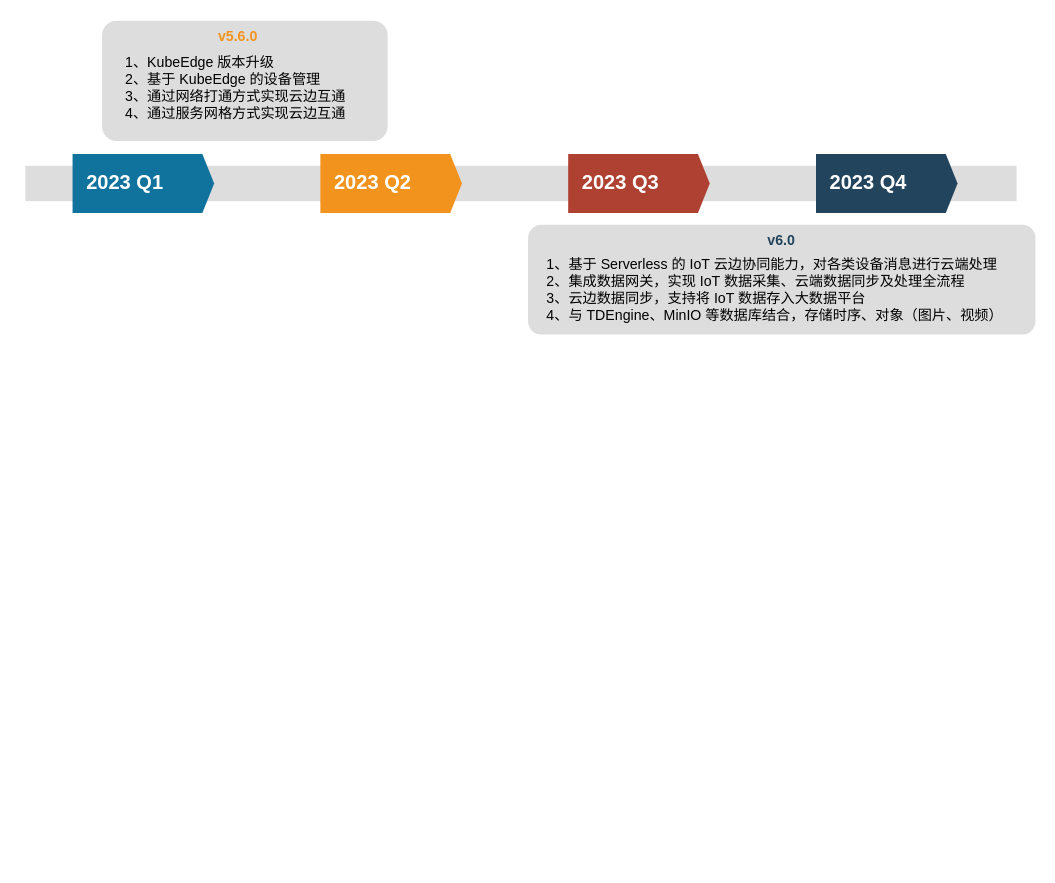
Above: page "Page-1" (1 of 2) of TEDGE-roadmap.drawio in wangjinxiu/draw.io (draw.io), before the change. Source tidied: cells renumbered, new cells numbered last; positions are measured from the earlier drawing's top-left corner, leaving out a move shared by most shapes. Both pictures are drawn from the tidied source at 118%, with x=0, y=0 at pixel (25, 20).
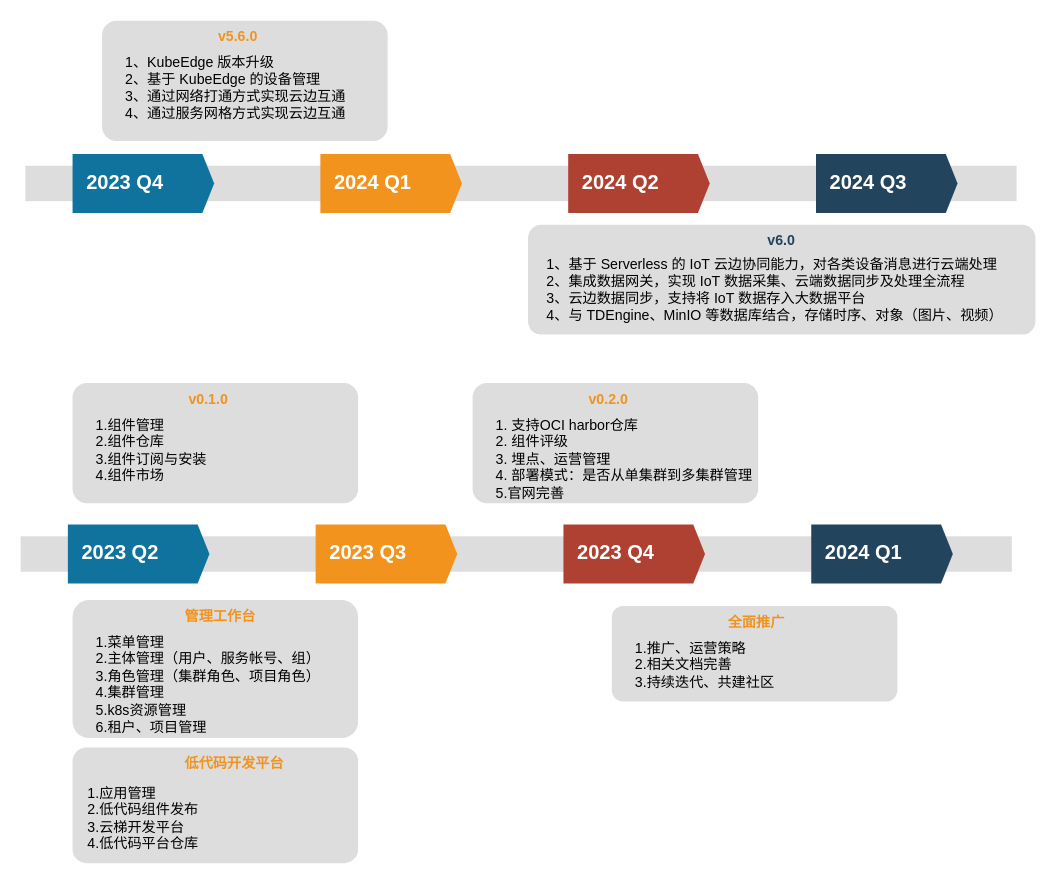
After the change.

The edit, as a diff of the source:
```diff
@@
-    <mxCell id="3" value="2023 Q1" style="shape=mxgraph.infographic.ribbonSimple;notch1=0;notch2=10;notch=0;html=1;fillColor=#10739E;strokeColor=none;shadow=0;fontSize=17;fontColor=#FFFFFF;align=left;spacingLeft=10;fontStyle=1;" parent="1" vertex="1">
+    <mxCell id="3" value="2023 Q4" style="shape=mxgraph.infographic.ribbonSimple;notch1=0;notch2=10;notch=0;html=1;fillColor=#10739E;strokeColor=none;shadow=0;fontSize=17;fontColor=#FFFFFF;align=left;spacingLeft=10;fontStyle=1;" parent="1" vertex="1">
       <mxGeometry x="40" y="113" width="120" height="50" as="geometry" />
     </mxCell>
-    <mxCell id="4" value="2023 Q2" style="shape=mxgraph.infographic.ribbonSimple;notch1=0;notch2=10;notch=0;html=1;fillColor=#F2931E;strokeColor=none;shadow=0;fontSize=17;fontColor=#FFFFFF;align=left;spacingLeft=10;fontStyle=1;" parent="1" vertex="1">
+    <mxCell id="4" value="2024 Q1" style="shape=mxgraph.infographic.ribbonSimple;notch1=0;notch2=10;notch=0;html=1;fillColor=#F2931E;strokeColor=none;shadow=0;fontSize=17;fontColor=#FFFFFF;align=left;spacingLeft=10;fontStyle=1;" parent="1" vertex="1">
       <mxGeometry x="250" y="113" width="120" height="50" as="geometry" />
     </mxCell>
-    <mxCell id="5" value="2023 Q3" style="shape=mxgraph.infographic.ribbonSimple;notch1=0;notch2=10;notch=0;html=1;fillColor=#AE4132;strokeColor=none;shadow=0;fontSize=17;fontColor=#FFFFFF;align=left;spacingLeft=10;fontStyle=1;" parent="1" vertex="1">
+    <mxCell id="5" value="2024 Q2" style="shape=mxgraph.infographic.ribbonSimple;notch1=0;notch2=10;notch=0;html=1;fillColor=#AE4132;strokeColor=none;shadow=0;fontSize=17;fontColor=#FFFFFF;align=left;spacingLeft=10;fontStyle=1;" parent="1" vertex="1">
       <mxGeometry x="460" y="113" width="120" height="50" as="geometry" />
     </mxCell>
-    <mxCell id="6" value="2023 Q4" style="shape=mxgraph.infographic.ribbonSimple;notch1=0;notch2=10;notch=0;html=1;fillColor=#23445D;strokeColor=none;shadow=0;fontSize=17;fontColor=#FFFFFF;align=left;spacingLeft=10;fontStyle=1;" parent="1" vertex="1">
+    <mxCell id="6" value="2024 Q3" style="shape=mxgraph.infographic.ribbonSimple;notch1=0;notch2=10;notch=0;html=1;fillColor=#23445D;strokeColor=none;shadow=0;fontSize=17;fontColor=#FFFFFF;align=left;spacingLeft=10;fontStyle=1;" parent="1" vertex="1">
       <mxGeometry x="670" y="113" width="120" height="50" as="geometry" />
     </mxCell>
@@
+    <mxCell id="11" style="fillColor=#dddddd;rounded=0;strokeColor=none;" parent="1" vertex="1">
+      <mxGeometry x="-4" y="437" width="840" height="30" as="geometry" />
+    </mxCell>
+    <mxCell id="12" value="2023 Q2" style="shape=mxgraph.infographic.ribbonSimple;notch1=0;notch2=10;notch=0;html=1;fillColor=#10739E;strokeColor=none;shadow=0;fontSize=17;fontColor=#FFFFFF;align=left;spacingLeft=10;fontStyle=1;" parent="1" vertex="1">
+      <mxGeometry x="36" y="427" width="120" height="50" as="geometry" />
+    </mxCell>
+    <mxCell id="13" value="2023 Q3" style="shape=mxgraph.infographic.ribbonSimple;notch1=0;notch2=10;notch=0;html=1;fillColor=#F2931E;strokeColor=none;shadow=0;fontSize=17;fontColor=#FFFFFF;align=left;spacingLeft=10;fontStyle=1;" parent="1" vertex="1">
+      <mxGeometry x="246" y="427" width="120" height="50" as="geometry" />
+    </mxCell>
+    <mxCell id="14" value="2023 Q4" style="shape=mxgraph.infographic.ribbonSimple;notch1=0;notch2=10;notch=0;html=1;fillColor=#AE4132;strokeColor=none;shadow=0;fontSize=17;fontColor=#FFFFFF;align=left;spacingLeft=10;fontStyle=1;" parent="1" vertex="1">
+      <mxGeometry x="456" y="427" width="120" height="50" as="geometry" />
+    </mxCell>
+    <mxCell id="15" value="2024 Q1" style="shape=mxgraph.infographic.ribbonSimple;notch1=0;notch2=10;notch=0;html=1;fillColor=#23445D;strokeColor=none;shadow=0;fontSize=17;fontColor=#FFFFFF;align=left;spacingLeft=10;fontStyle=1;" parent="1" vertex="1">
+      <mxGeometry x="666" y="427" width="120" height="50" as="geometry" />
+    </mxCell>
+    <mxCell id="16" value="&lt;b style=&quot;color: rgb(242 , 147 , 30)&quot;&gt;&amp;nbsp; &amp;nbsp; &amp;nbsp; &amp;nbsp; &amp;nbsp; &amp;nbsp; &amp;nbsp; &amp;nbsp; &amp;nbsp; &amp;nbsp; &amp;nbsp; &amp;nbsp; &amp;nbsp; &amp;nbsp; &amp;nbsp;v0.2.0&lt;/b&gt;&lt;font color=&quot;#10739e&quot;&gt;&lt;span&gt;&lt;br&gt;&lt;br&gt;&lt;/span&gt;&lt;br&gt;&lt;/font&gt;" style="rounded=1;strokeColor=none;fillColor=#DDDDDD;align=left;arcSize=12;verticalAlign=top;whiteSpace=wrap;html=1;fontSize=12;fontStyle=1;" parent="1" vertex="1">
+      <mxGeometry x="379" y="307" width="242" height="102" as="geometry" />
+    </mxCell>
+    <mxCell id="17" value="1. 支持OCI harbor仓库 &lt;br&gt;2. 组件评级 &lt;br&gt;3. 埋点、运营管理 &lt;br&gt;4. 部署模式：是否从单集群到多集群管理&lt;br&gt;5.官网完善" style="text;html=1;whiteSpace=wrap;" parent="1" vertex="1">
+      <mxGeometry x="396.5" y="329" width="220.5" height="68" as="geometry" />
+    </mxCell>
+    <mxCell id="18" value="&lt;b style=&quot;color: rgb(242 , 147 , 30)&quot;&gt;&amp;nbsp; &amp;nbsp; &amp;nbsp; &amp;nbsp; &amp;nbsp; &amp;nbsp; &amp;nbsp; &amp;nbsp; &amp;nbsp; &amp;nbsp; &amp;nbsp; &amp;nbsp; &amp;nbsp; &amp;nbsp; &amp;nbsp;v0.1.0&lt;/b&gt;&lt;font color=&quot;#10739e&quot;&gt;&lt;span&gt;&lt;br&gt;&lt;br&gt;&lt;/span&gt;&lt;br&gt;&lt;/font&gt;" style="rounded=1;strokeColor=none;fillColor=#DDDDDD;align=left;arcSize=12;verticalAlign=top;whiteSpace=wrap;html=1;fontSize=12;fontStyle=1;" parent="1" vertex="1">
+      <mxGeometry x="40" y="307" width="242" height="102" as="geometry" />
+    </mxCell>
+    <mxCell id="19" value="1.组件管理&lt;br&gt;2.组件仓库&lt;br&gt;3.组件订阅与安装&lt;br&gt;4.组件市场" style="text;html=1;whiteSpace=wrap;" parent="1" vertex="1">
+      <mxGeometry x="57.5" y="329" width="220.5" height="68" as="geometry" />
+    </mxCell>
+    <mxCell id="20" value="&lt;b style=&quot;color: rgb(242 , 147 , 30)&quot;&gt;&amp;nbsp; &amp;nbsp; &amp;nbsp; &amp;nbsp; &amp;nbsp; &amp;nbsp; &amp;nbsp; &amp;nbsp; &amp;nbsp; &amp;nbsp; &amp;nbsp; &amp;nbsp; &amp;nbsp; &amp;nbsp; 管理工作台&lt;/b&gt;&lt;font color=&quot;#10739e&quot;&gt;&lt;span&gt;&lt;br&gt;&lt;br&gt;&lt;/span&gt;&lt;br&gt;&lt;/font&gt;" style="rounded=1;strokeColor=none;fillColor=#DDDDDD;align=left;arcSize=12;verticalAlign=top;whiteSpace=wrap;html=1;fontSize=12;fontStyle=1;" parent="1" vertex="1">
+      <mxGeometry x="40" y="491" width="242" height="117" as="geometry" />
+    </mxCell>
+    <mxCell id="21" value="1.菜单管理&lt;br&gt;2.主体管理（用户、服务帐号、组）&lt;br&gt;3.角色管理（集群角色、项目角色）&lt;br&gt;4.集群管理&lt;br&gt;5.k8s资源管理&lt;br&gt;6.租户、项目管理" style="text;html=1;whiteSpace=wrap;" parent="1" vertex="1">
+      <mxGeometry x="57.5" y="513" width="220.5" height="68" as="geometry" />
+    </mxCell>
+    <mxCell id="22" value="&lt;b style=&quot;color: rgb(242 , 147 , 30)&quot;&gt;&amp;nbsp; &amp;nbsp; &amp;nbsp; &amp;nbsp; &amp;nbsp; &amp;nbsp; &amp;nbsp; &amp;nbsp; &amp;nbsp; &amp;nbsp; &amp;nbsp; &amp;nbsp; &amp;nbsp; &amp;nbsp; 低代码开发平台&lt;/b&gt;&lt;font color=&quot;#10739e&quot;&gt;&lt;span&gt;&lt;br&gt;&lt;br&gt;&lt;/span&gt;&lt;br&gt;&lt;/font&gt;" style="rounded=1;strokeColor=none;fillColor=#DDDDDD;align=left;arcSize=12;verticalAlign=top;whiteSpace=wrap;html=1;fontSize=12;fontStyle=1;" parent="1" vertex="1">
+      <mxGeometry x="40" y="616" width="242" height="98" as="geometry" />
+    </mxCell>
+    <mxCell id="23" value="1.应用管理&lt;br&gt;2.低代码组件发布&lt;br&gt;3.云梯开发平台&lt;br&gt;4.低代码平台仓库" style="text;html=1;whiteSpace=wrap;" parent="1" vertex="1">
+      <mxGeometry x="50.8" y="640.5" width="220.5" height="68" as="geometry" />
+    </mxCell>
+    <mxCell id="24" value="&lt;b style=&quot;color: rgb(242 , 147 , 30)&quot;&gt;&amp;nbsp; &amp;nbsp; &amp;nbsp; &amp;nbsp; &amp;nbsp; &amp;nbsp; &amp;nbsp; &amp;nbsp; &amp;nbsp; &amp;nbsp; &amp;nbsp; &amp;nbsp; &amp;nbsp; &amp;nbsp; &amp;nbsp;全面推广&lt;/b&gt;&lt;font color=&quot;#10739e&quot;&gt;&lt;br&gt;&lt;/font&gt;" style="rounded=1;strokeColor=none;fillColor=#DDDDDD;align=left;arcSize=12;verticalAlign=top;whiteSpace=wrap;html=1;fontSize=12;fontStyle=1;" parent="1" vertex="1">
+      <mxGeometry x="497" y="496" width="242" height="81" as="geometry" />
+    </mxCell>
+    <mxCell id="25" value="1.推广、运营策略&lt;br&gt;2.相关文档完善&lt;br&gt;3.持续迭代、共建社区" style="text;html=1;whiteSpace=wrap;" parent="1" vertex="1">
+      <mxGeometry x="514.5" y="518" width="220.5" height="47" as="geometry" />
+    </mxCell>
```
